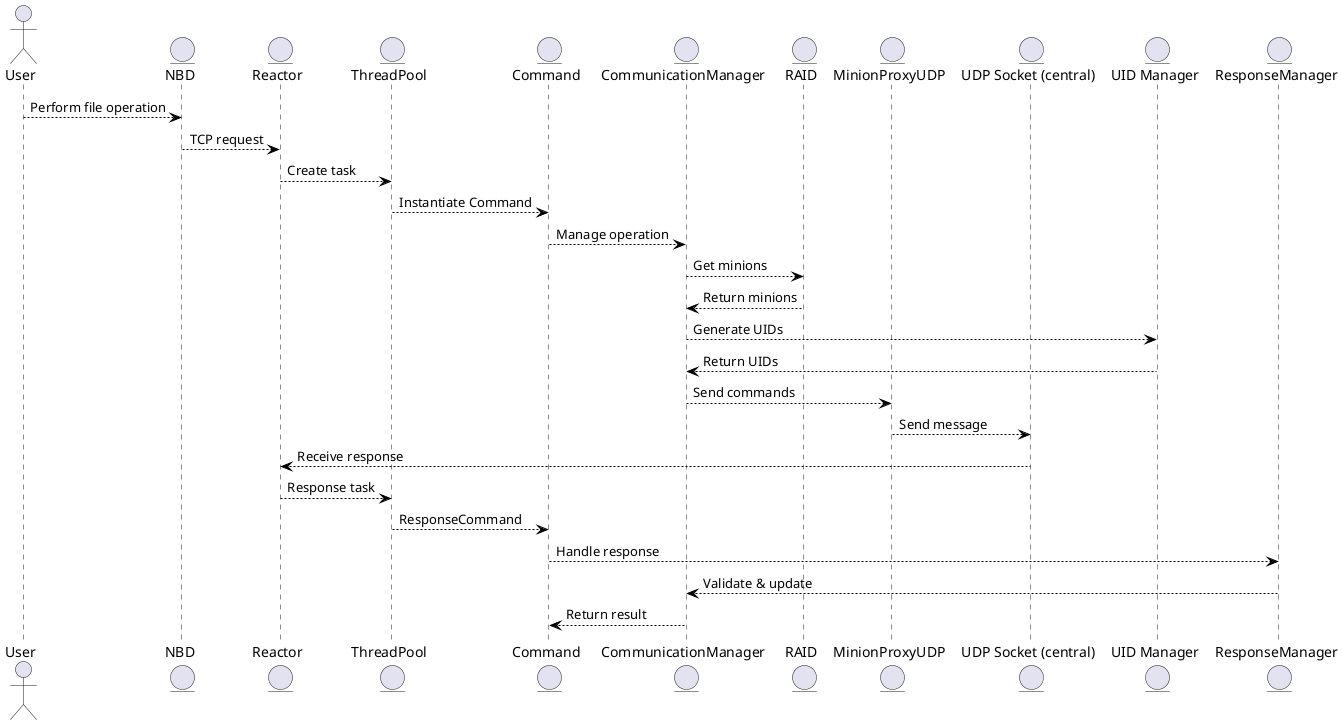
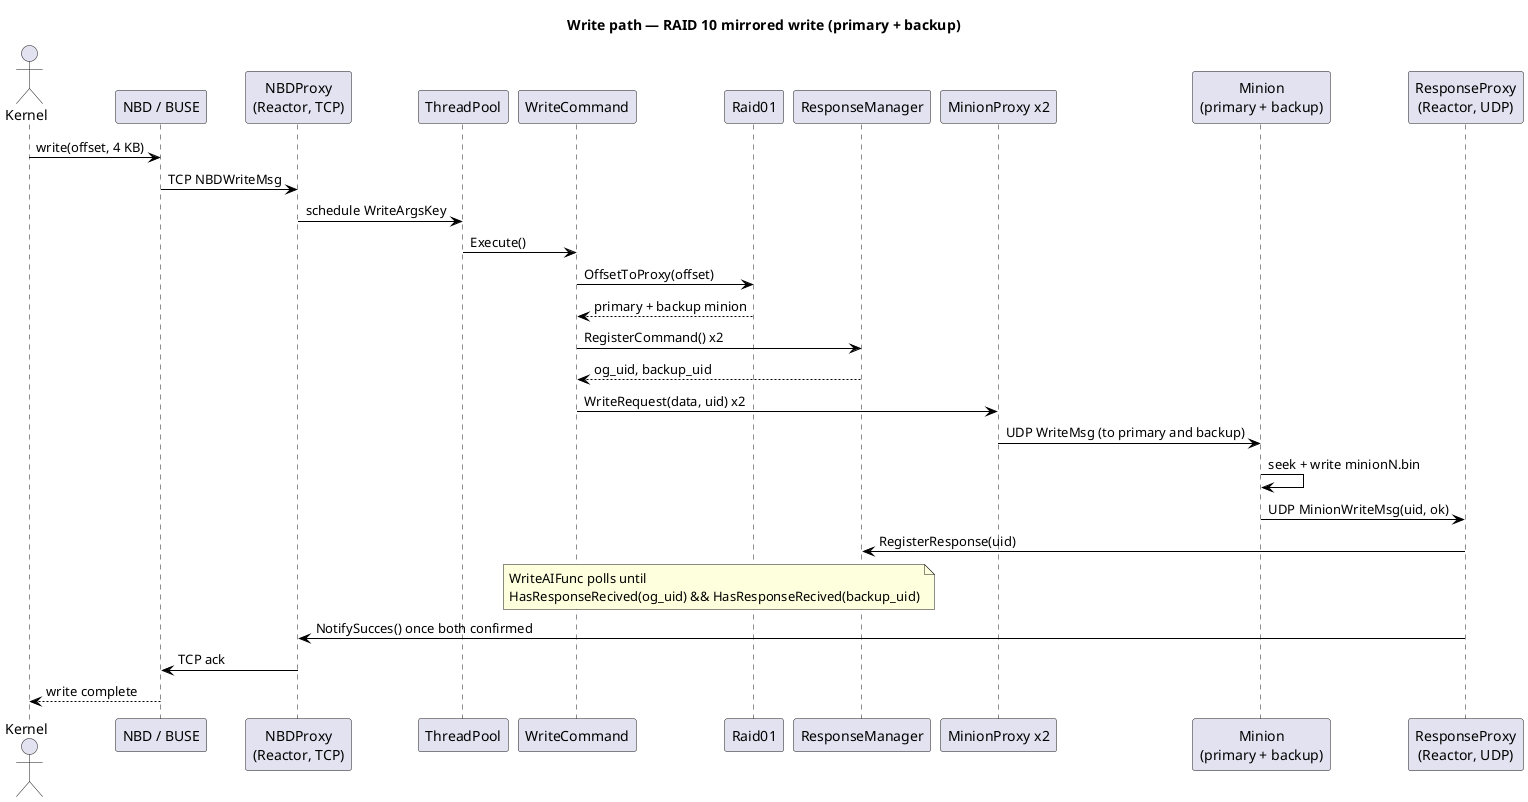
@startuml ReactorFlow
+ title Write path — RAID 10 mirrored write (primary + backup)

skinparam ArrowColor black
skinparam BackgroundColor white
skinparam SequenceBoxBackgroundColor lightgrey

- actor User
- entity "NBD" as NBD
- entity "Reactor" as Reactor
- entity "ThreadPool" as ThreadPool
- entity "Command" as Command
- entity "CommunicationManager" as Manager
- entity "RAID" as RAID
- entity "MinionProxyUDP" as Minion
- entity "UDP Socket (central)" as UDPSocket
- entity "UID Manager" as UIDManager
- entity "ResponseManager" as ResponseManager
+ actor Kernel
+ participant "NBD / BUSE" as NBD
+ participant "NBDProxy\n(Reactor, TCP)" as NBDProxy
+ participant "ThreadPool" as TP
+ participant "WriteCommand" as CMD
+ participant "Raid01" as RAID
+ participant "ResponseManager" as RM
+ participant "MinionProxy x2" as MP
+ participant "Minion\n(primary + backup)" as MIN
+ participant "ResponseProxy\n(Reactor, UDP)" as RP

- User --> NBD : Perform file operation
- NBD --> Reactor : TCP request
- Reactor --> ThreadPool : Create task
- ThreadPool --> Command : Instantiate Command
- Command --> Manager : Manage operation
- Manager --> RAID : Get minions
- RAID --> Manager : Return minions
- Manager --> UIDManager : Generate UIDs
- UIDManager --> Manager : Return UIDs
- Manager --> Minion : Send commands
- Minion --> UDPSocket : Send message
- UDPSocket --> Reactor : Receive response
- Reactor --> ThreadPool : Response task
- ThreadPool --> Command : ResponseCommand
- Command --> ResponseManager : Handle response
- ResponseManager --> Manager : Validate & update
- Manager --> Command : Return result
+ Kernel -> NBD : write(offset, 4 KB)
+ NBD -> NBDProxy : TCP NBDWriteMsg
+ NBDProxy -> TP : schedule WriteArgsKey
+ TP -> CMD : Execute()
+ CMD -> RAID : OffsetToProxy(offset)
+ RAID --> CMD : primary + backup minion
+ CMD -> RM : RegisterCommand() x2
+ RM --> CMD : og_uid, backup_uid
+ CMD -> MP : WriteRequest(data, uid) x2
+ MP -> MIN : UDP WriteMsg (to primary and backup)
+ MIN -> MIN : seek + write minionN.bin
+ MIN -> RP : UDP MinionWriteMsg(uid, ok)
+ RP -> RM : RegisterResponse(uid)
+ note over CMD, RM : WriteAIFunc polls until\nHasResponseRecived(og_uid) && HasResponseRecived(backup_uid)
+ RP -> NBDProxy : NotifySucces() once both confirmed
+ NBDProxy -> NBD : TCP ack
+ NBD --> Kernel : write complete

@enduml
